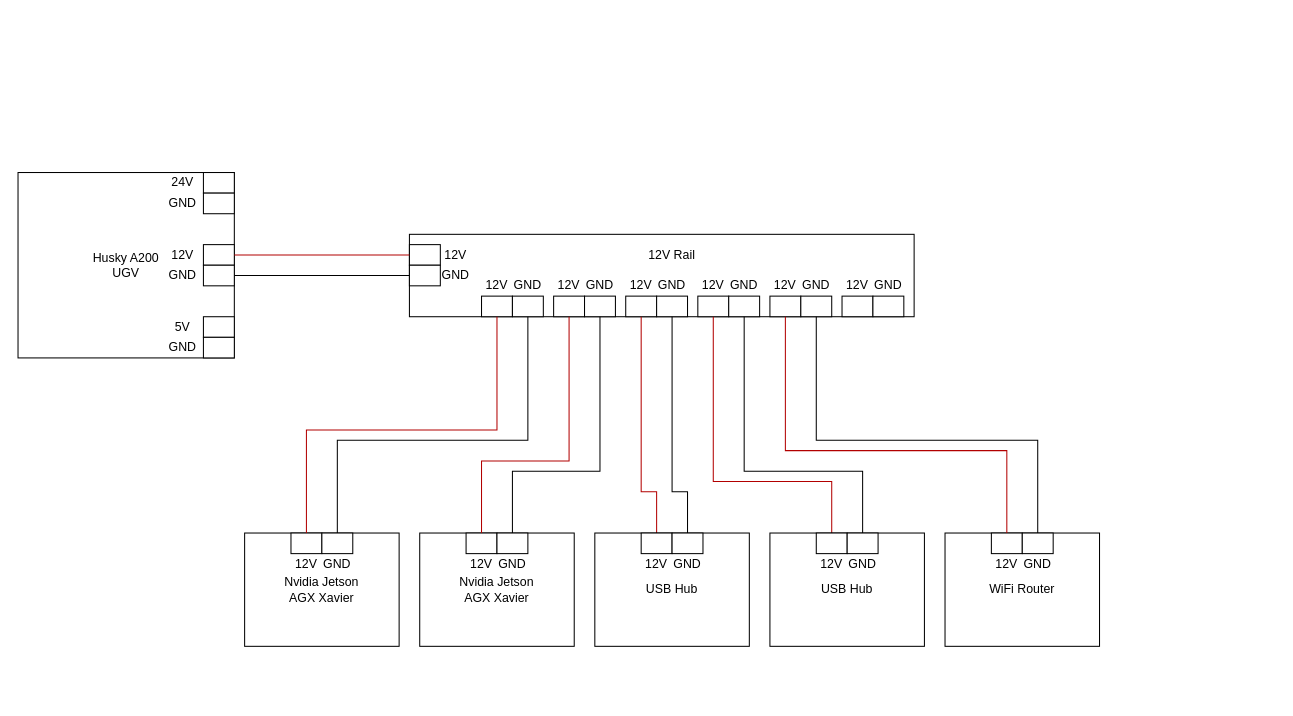
Earlier version of the draw.io diagram Figures/Untitled Diagram.drawio (orjano-max/ORJANOS_MASTER_REPO). Source tidied: cells renumbered, new cells numbered last; positions are measured from the earlier drawing's top-left corner, leaving out a move shared by most shapes. Both pictures are drawn from the tidied source at 103%, with x=0, y=0 at pixel (18, 172).
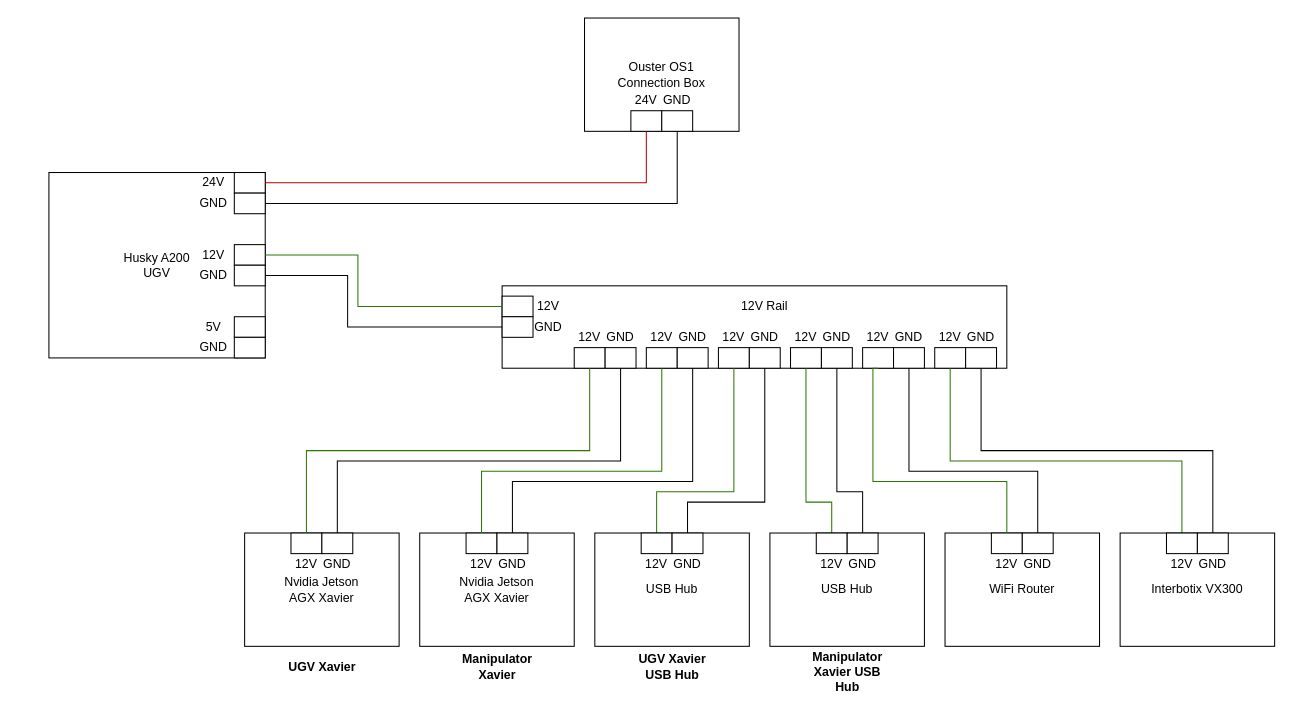
The same diagram, later.

Unchanged cells that the change refers to:
```xml
<mxCell id="4" style="rounded=0;whiteSpace=wrap;html=1;" parent="2" vertex="1">
<mxCell id="5" style="rounded=0;whiteSpace=wrap;html=1;" parent="2" vertex="1">
<mxCell id="6" style="rounded=0;whiteSpace=wrap;html=1;" parent="2" vertex="1">
<mxCell id="7" style="rounded=0;whiteSpace=wrap;html=1;" parent="2" vertex="1">
<mxCell id="19" style="rounded=0;whiteSpace=wrap;html=1;" parent="18" vertex="1">
<mxCell id="20" style="rounded=0;whiteSpace=wrap;html=1;" parent="18" vertex="1">
<mxCell id="26" style="rounded=0;whiteSpace=wrap;html=1;" parent="25" vertex="1">
<mxCell id="27" style="rounded=0;whiteSpace=wrap;html=1;" parent="25" vertex="1">
<mxCell id="32" style="rounded=0;whiteSpace=wrap;html=1;" parent="30" vertex="1">
<mxCell id="33" style="rounded=0;whiteSpace=wrap;html=1;" parent="30" vertex="1">
<mxCell id="34" style="rounded=0;whiteSpace=wrap;html=1;" parent="30" vertex="1">
<mxCell id="35" style="rounded=0;whiteSpace=wrap;html=1;" parent="30" vertex="1">
<mxCell id="36" style="rounded=0;whiteSpace=wrap;html=1;" parent="30" vertex="1">
<mxCell id="37" style="rounded=0;whiteSpace=wrap;html=1;" parent="30" vertex="1">
<mxCell id="39" style="rounded=0;whiteSpace=wrap;html=1;" parent="38" vertex="1">
<mxCell id="40" style="rounded=0;whiteSpace=wrap;html=1;" parent="38" vertex="1">
<mxCell id="42" style="rounded=0;whiteSpace=wrap;html=1;" parent="41" vertex="1">
<mxCell id="43" style="rounded=0;whiteSpace=wrap;html=1;" parent="41" vertex="1">
<mxCell id="45" style="rounded=0;whiteSpace=wrap;html=1;" parent="44" vertex="1">
<mxCell id="46" style="rounded=0;whiteSpace=wrap;html=1;" parent="44" vertex="1">
<mxCell id="49" style="rounded=0;whiteSpace=wrap;html=1;" parent="48" vertex="1">
<mxCell id="50" style="rounded=0;whiteSpace=wrap;html=1;" parent="48" vertex="1">
<mxCell id="86" style="rounded=0;whiteSpace=wrap;html=1;" parent="81" vertex="1">
<mxCell id="87" style="rounded=0;whiteSpace=wrap;html=1;" parent="81" vertex="1">
<mxCell id="92" style="rounded=0;whiteSpace=wrap;html=1;" parent="88" vertex="1">
<mxCell id="93" style="rounded=0;whiteSpace=wrap;html=1;" parent="88" vertex="1">
<mxCell id="99" style="rounded=0;whiteSpace=wrap;html=1;" parent="94" vertex="1">
<mxCell id="100" style="rounded=0;whiteSpace=wrap;html=1;" parent="94" vertex="1">
```

Change to the diagram source:
```diff
@@
     <mxCell id="2" style="group;" parent="1" vertex="1">
-      <mxGeometry width="210" height="180" as="geometry" />
+      <mxGeometry x="30" width="210" height="180" as="geometry" />
     </mxCell>
@@
     <mxCell id="30" style="group;" parent="1" vertex="1">
-      <mxGeometry x="380" y="60" width="490" height="80" as="geometry" />
+      <mxGeometry x="470" y="110" width="490" height="80" as="geometry" />
     </mxCell>
@@
-    <mxCell id="71" style="endArrow=none;html=1;rounded=0;entryX=0;entryY=0.5;entryDx=0;entryDy=0;fillColor=#e51400;strokeColor=#B20000;" parent="1" edge="1" source="6" target="32">
-      <mxGeometry relative="1" as="geometry" />
+    <mxCell id="71" style="endArrow=none;html=1;rounded=0;entryX=0;entryY=0.5;entryDx=0;entryDy=0;fillColor=#60a917;strokeColor=#2D7600;edgeStyle=orthogonalEdgeStyle;" parent="1" edge="1" source="6" target="32">
+      <mxGeometry relative="1" as="geometry">
+        <Array as="points">
+          <mxPoint x="330" y="80" />
+          <mxPoint x="330" y="130" />
+        </Array>
+      </mxGeometry>
     </mxCell>
-    <mxCell id="72" style="endArrow=none;html=1;rounded=0;exitX=1;exitY=0.5;exitDx=0;exitDy=0;entryX=0;entryY=0.5;entryDx=0;entryDy=0;" parent="1" edge="1" source="7" target="33">
-      <mxGeometry relative="1" as="geometry" />
+    <mxCell id="72" style="endArrow=none;html=1;rounded=0;exitX=1;exitY=0.5;exitDx=0;exitDy=0;entryX=0;entryY=0.5;entryDx=0;entryDy=0;edgeStyle=orthogonalEdgeStyle;" parent="1" edge="1" source="7" target="33">
+      <mxGeometry relative="1" as="geometry">
+        <Array as="points">
+          <mxPoint x="320" y="100" />
+          <mxPoint x="320" y="150" />
+        </Array>
+      </mxGeometry>
     </mxCell>
-    <mxCell id="73" style="endArrow=none;html=1;rounded=0;entryX=0.5;entryY=1;entryDx=0;entryDy=0;fillColor=#e51400;strokeColor=#B20000;exitX=0.5;exitY=0;exitDx=0;exitDy=0;" parent="1" edge="1" source="19" target="34">
+    <mxCell id="73" style="endArrow=none;html=1;rounded=0;entryX=0.5;entryY=1;entryDx=0;entryDy=0;fillColor=#60a917;strokeColor=#2D7600;exitX=0.5;exitY=0;exitDx=0;exitDy=0;edgeStyle=orthogonalEdgeStyle;" parent="1" edge="1" source="19" target="34">
       <mxGeometry relative="1" as="geometry">
         <Array as="points">
-          <mxPoint x="280" y="250" />
-          <mxPoint x="465" y="250" />
+          <mxPoint x="280" y="270" />
+          <mxPoint x="555" y="270" />
         </Array>
       </mxGeometry>
     </mxCell>
-    <mxCell id="74" style="endArrow=none;html=1;rounded=0;exitX=0.5;exitY=0;exitDx=0;exitDy=0;entryX=0.5;entryY=1;entryDx=0;entryDy=0;" parent="1" edge="1" source="20" target="35">
+    <mxCell id="74" style="endArrow=none;html=1;rounded=0;exitX=0.5;exitY=0;exitDx=0;exitDy=0;entryX=0.5;entryY=1;entryDx=0;entryDy=0;edgeStyle=orthogonalEdgeStyle;" parent="1" edge="1" source="20" target="35">
       <mxGeometry relative="1" as="geometry">
         <Array as="points">
-          <mxPoint x="310" y="260" />
-          <mxPoint x="495" y="260" />
+          <mxPoint x="310" y="280" />
+          <mxPoint x="585" y="280" />
         </Array>
       </mxGeometry>
     </mxCell>
-    <mxCell id="75" style="endArrow=none;html=1;rounded=0;entryX=0.5;entryY=0;entryDx=0;entryDy=0;fillColor=#e51400;strokeColor=#B20000;exitX=0.5;exitY=1;exitDx=0;exitDy=0;" parent="1" edge="1" source="36" target="26">
+    <mxCell id="75" style="endArrow=none;html=1;rounded=0;entryX=0.5;entryY=0;entryDx=0;entryDy=0;fillColor=#60a917;strokeColor=#2D7600;exitX=0.5;exitY=1;exitDx=0;exitDy=0;edgeStyle=orthogonalEdgeStyle;" parent="1" edge="1" source="36" target="26">
       <mxGeometry relative="1" as="geometry">
         <Array as="points">
-          <mxPoint x="535" y="280" />
-          <mxPoint x="450" y="280" />
+          <mxPoint x="625" y="290" />
+          <mxPoint x="450" y="290" />
         </Array>
       </mxGeometry>
     </mxCell>
-    <mxCell id="76" style="endArrow=none;html=1;rounded=0;exitX=0.5;exitY=1;exitDx=0;exitDy=0;entryX=0.5;entryY=0;entryDx=0;entryDy=0;" parent="1" edge="1" source="37" target="27">
+    <mxCell id="76" style="endArrow=none;html=1;rounded=0;exitX=0.5;exitY=1;exitDx=0;exitDy=0;entryX=0.5;entryY=0;entryDx=0;entryDy=0;edgeStyle=orthogonalEdgeStyle;" parent="1" edge="1" source="37" target="27">
       <mxGeometry relative="1" as="geometry">
         <Array as="points">
-          <mxPoint x="565" y="290" />
-          <mxPoint x="480" y="290" />
+          <mxPoint x="655" y="300" />
+          <mxPoint x="480" y="300" />
         </Array>
       </mxGeometry>
     </mxCell>
-    <mxCell id="77" style="endArrow=none;html=1;rounded=0;entryX=0.5;entryY=0;entryDx=0;entryDy=0;fillColor=#e51400;strokeColor=#B20000;exitX=0.5;exitY=1;exitDx=0;exitDy=0;" parent="1" edge="1" source="39" target="92">
+    <mxCell id="77" style="endArrow=none;html=1;rounded=0;entryX=0.5;entryY=0;entryDx=0;entryDy=0;fillColor=#60a917;strokeColor=#2D7600;exitX=0.5;exitY=1;exitDx=0;exitDy=0;edgeStyle=orthogonalEdgeStyle;" parent="1" edge="1" source="39" target="92">
       <mxGeometry relative="1" as="geometry">
         <Array as="points">
-          <mxPoint x="605" y="310" />
+          <mxPoint x="695" y="310" />
           <mxPoint x="620" y="310" />
         </Array>
       </mxGeometry>
     </mxCell>
-    <mxCell id="78" style="endArrow=none;html=1;rounded=0;exitX=0.5;exitY=1;exitDx=0;exitDy=0;entryX=0.5;entryY=0;entryDx=0;entryDy=0;" parent="1" edge="1" source="40" target="93">
+    <mxCell id="78" style="endArrow=none;html=1;rounded=0;exitX=0.5;exitY=1;exitDx=0;exitDy=0;entryX=0.5;entryY=0;entryDx=0;entryDy=0;edgeStyle=orthogonalEdgeStyle;" parent="1" edge="1" source="40" target="93">
       <mxGeometry relative="1" as="geometry">
         <Array as="points">
-          <mxPoint x="635" y="310" />
-          <mxPoint x="650" y="310" />
+          <mxPoint x="725" y="320" />
+          <mxPoint x="650" y="320" />
         </Array>
       </mxGeometry>
     </mxCell>
-    <mxCell id="79" style="endArrow=none;html=1;rounded=0;entryX=0.5;entryY=0;entryDx=0;entryDy=0;fillColor=#e51400;strokeColor=#B20000;exitX=0.5;exitY=1;exitDx=0;exitDy=0;" parent="1" edge="1" source="42" target="86">
+    <mxCell id="79" style="endArrow=none;html=1;rounded=0;entryX=0.5;entryY=0;entryDx=0;entryDy=0;fillColor=#60a917;strokeColor=#2D7600;exitX=0.5;exitY=1;exitDx=0;exitDy=0;edgeStyle=orthogonalEdgeStyle;" parent="1" edge="1" source="42" target="86">
       <mxGeometry relative="1" as="geometry">
         <Array as="points">
-          <mxPoint x="675" y="300" />
-          <mxPoint x="790" y="300" />
+          <mxPoint x="765" y="320" />
+          <mxPoint x="790" y="320" />
         </Array>
       </mxGeometry>
     </mxCell>
-    <mxCell id="80" style="endArrow=none;html=1;rounded=0;exitX=0.5;exitY=1;exitDx=0;exitDy=0;entryX=0.5;entryY=0;entryDx=0;entryDy=0;" parent="1" edge="1" source="43" target="87">
+    <mxCell id="80" style="endArrow=none;html=1;rounded=0;exitX=0.5;exitY=1;exitDx=0;exitDy=0;entryX=0.5;entryY=0;entryDx=0;entryDy=0;edgeStyle=orthogonalEdgeStyle;" parent="1" edge="1" source="43" target="87">
       <mxGeometry relative="1" as="geometry">
         <Array as="points">
-          <mxPoint x="705" y="290" />
-          <mxPoint x="820" y="290" />
+          <mxPoint x="795" y="310" />
+          <mxPoint x="820" y="310" />
         </Array>
       </mxGeometry>
     </mxCell>
@@
-    <mxCell id="101" style="endArrow=none;html=1;rounded=0;entryX=0.5;entryY=0;entryDx=0;entryDy=0;fillColor=#e51400;strokeColor=#B20000;exitX=0.5;exitY=1;exitDx=0;exitDy=0;" parent="1" edge="1" source="45" target="99">
+    <mxCell id="101" style="endArrow=none;html=1;rounded=0;entryX=0.5;entryY=0;entryDx=0;entryDy=0;fillColor=#60a917;strokeColor=#2D7600;exitX=0.5;exitY=1;exitDx=0;exitDy=0;edgeStyle=orthogonalEdgeStyle;" parent="1" edge="1" source="45" target="99">
       <mxGeometry relative="1" as="geometry">
         <Array as="points">
-          <mxPoint x="745" y="270" />
-          <mxPoint x="960" y="270" />
+          <mxPoint x="830" y="190" />
+          <mxPoint x="830" y="300" />
+          <mxPoint x="960" y="300" />
         </Array>
       </mxGeometry>
     </mxCell>
-    <mxCell id="102" style="endArrow=none;html=1;rounded=0;exitX=0.5;exitY=1;exitDx=0;exitDy=0;entryX=0.5;entryY=0;entryDx=0;entryDy=0;" parent="1" edge="1" source="46" target="100">
+    <mxCell id="102" style="endArrow=none;html=1;rounded=0;exitX=0.5;exitY=1;exitDx=0;exitDy=0;entryX=0.5;entryY=0;entryDx=0;entryDy=0;edgeStyle=orthogonalEdgeStyle;" parent="1" edge="1" source="46" target="100">
       <mxGeometry relative="1" as="geometry">
         <Array as="points">
-          <mxPoint x="775" y="260" />
-          <mxPoint x="990" y="260" />
+          <mxPoint x="865" y="290" />
+          <mxPoint x="990" y="290" />
         </Array>
       </mxGeometry>
     </mxCell>
+    <mxCell id="103" style="endArrow=none;html=1;rounded=0;entryX=0.5;entryY=0;entryDx=0;entryDy=0;fillColor=#60a917;strokeColor=#2D7600;exitX=0.5;exitY=1;exitDx=0;exitDy=0;edgeStyle=orthogonalEdgeStyle;" parent="1" edge="1" source="49" target="110">
+      <mxGeometry relative="1" as="geometry">
+        <Array as="points">
+          <mxPoint x="905" y="280" />
+          <mxPoint x="1130" y="280" />
+        </Array>
+      </mxGeometry>
+    </mxCell>
+    <mxCell id="104" style="endArrow=none;html=1;rounded=0;exitX=0.5;exitY=1;exitDx=0;exitDy=0;entryX=0.5;entryY=0;entryDx=0;entryDy=0;edgeStyle=orthogonalEdgeStyle;" parent="1" edge="1" source="50" target="111">
+      <mxGeometry relative="1" as="geometry" />
+    </mxCell>
+    <mxCell id="105" style="group;" parent="1" vertex="1">
+      <mxGeometry x="1070" y="350" width="150" height="110" as="geometry" />
+    </mxCell>
+    <mxCell id="106" style="group;" parent="105" vertex="1">
+      <mxGeometry x="45" width="60" height="20" as="geometry" />
+    </mxCell>
+    <mxCell id="107" value="Interbotix VX300" style="rounded=0;whiteSpace=wrap;html=1;" parent="105" vertex="1">
+      <mxGeometry width="150" height="110" as="geometry" />
+    </mxCell>
+    <mxCell id="108" value="12V" style="text;html=1;strokeColor=none;fillColor=none;align=center;verticalAlign=middle;whiteSpace=wrap;rounded=0;" parent="105" vertex="1">
+      <mxGeometry x="45" y="20" width="30" height="20" as="geometry" />
+    </mxCell>
+    <mxCell id="109" value="GND" style="text;html=1;strokeColor=none;fillColor=none;align=center;verticalAlign=middle;whiteSpace=wrap;rounded=0;" parent="105" vertex="1">
+      <mxGeometry x="75" y="20" width="30" height="20" as="geometry" />
+    </mxCell>
+    <mxCell id="110" style="rounded=0;whiteSpace=wrap;html=1;" parent="105" vertex="1">
+      <mxGeometry x="45" width="30" height="20" as="geometry" />
+    </mxCell>
+    <mxCell id="111" style="rounded=0;whiteSpace=wrap;html=1;" parent="105" vertex="1">
+      <mxGeometry x="75" width="30" height="20" as="geometry" />
+    </mxCell>
+    <mxCell id="112" value="Ouster OS1&lt;br&gt;Connection Box" style="rounded=0;whiteSpace=wrap;html=1;" parent="1" vertex="1">
+      <mxGeometry x="550" y="-150" width="150" height="110" as="geometry" />
+    </mxCell>
+    <mxCell id="113" value="24V" style="text;html=1;strokeColor=none;fillColor=none;align=center;verticalAlign=middle;whiteSpace=wrap;rounded=0;" parent="1" vertex="1">
+      <mxGeometry x="595" y="-80" width="30" height="20" as="geometry" />
+    </mxCell>
+    <mxCell id="114" value="GND" style="text;html=1;strokeColor=none;fillColor=none;align=center;verticalAlign=middle;whiteSpace=wrap;rounded=0;" parent="1" vertex="1">
+      <mxGeometry x="625" y="-80" width="30" height="20" as="geometry" />
+    </mxCell>
+    <mxCell id="115" style="rounded=0;whiteSpace=wrap;html=1;" parent="1" vertex="1">
+      <mxGeometry x="595" y="-60" width="30" height="20" as="geometry" />
+    </mxCell>
+    <mxCell id="116" style="rounded=0;whiteSpace=wrap;html=1;" parent="1" vertex="1">
+      <mxGeometry x="625" y="-60" width="30" height="20" as="geometry" />
+    </mxCell>
+    <mxCell id="117" style="endArrow=none;html=1;rounded=0;entryX=0.5;entryY=1;entryDx=0;entryDy=0;fillColor=#e51400;strokeColor=#B20000;edgeStyle=orthogonalEdgeStyle;exitX=1;exitY=0.5;exitDx=0;exitDy=0;" parent="1" edge="1" source="4" target="115">
+      <mxGeometry relative="1" as="geometry" />
+    </mxCell>
+    <mxCell id="118" style="endArrow=none;html=1;rounded=0;entryX=0.5;entryY=1;entryDx=0;entryDy=0;edgeStyle=orthogonalEdgeStyle;exitX=1;exitY=0.5;exitDx=0;exitDy=0;" parent="1" edge="1" source="5" target="116">
+      <mxGeometry relative="1" as="geometry" />
+    </mxCell>
+    <mxCell id="119" value="UGV Xavier USB Hub" style="text;html=1;strokeColor=none;fillColor=none;align=center;verticalAlign=middle;whiteSpace=wrap;rounded=0;fontStyle=1;" parent="1" vertex="1">
+      <mxGeometry x="592.5" y="460" width="85" height="40" as="geometry" />
+    </mxCell>
+    <mxCell id="120" value="Manipulator Xavier USB Hub" style="text;html=1;strokeColor=none;fillColor=none;align=center;verticalAlign=middle;whiteSpace=wrap;rounded=0;fontStyle=1;" parent="1" vertex="1">
+      <mxGeometry x="762.5" y="460" width="85" height="50" as="geometry" />
+    </mxCell>
+    <mxCell id="121" value="UGV Xavier " style="text;html=1;strokeColor=none;fillColor=none;align=center;verticalAlign=middle;whiteSpace=wrap;rounded=0;fontStyle=1;" parent="1" vertex="1">
+      <mxGeometry x="252.5" y="460" width="85" height="40" as="geometry" />
+    </mxCell>
+    <mxCell id="122" value="Manipulator Xavier" style="text;html=1;strokeColor=none;fillColor=none;align=center;verticalAlign=middle;whiteSpace=wrap;rounded=0;fontStyle=1;" parent="1" vertex="1">
+      <mxGeometry x="422.5" y="460" width="85" height="40" as="geometry" />
+    </mxCell>
```
